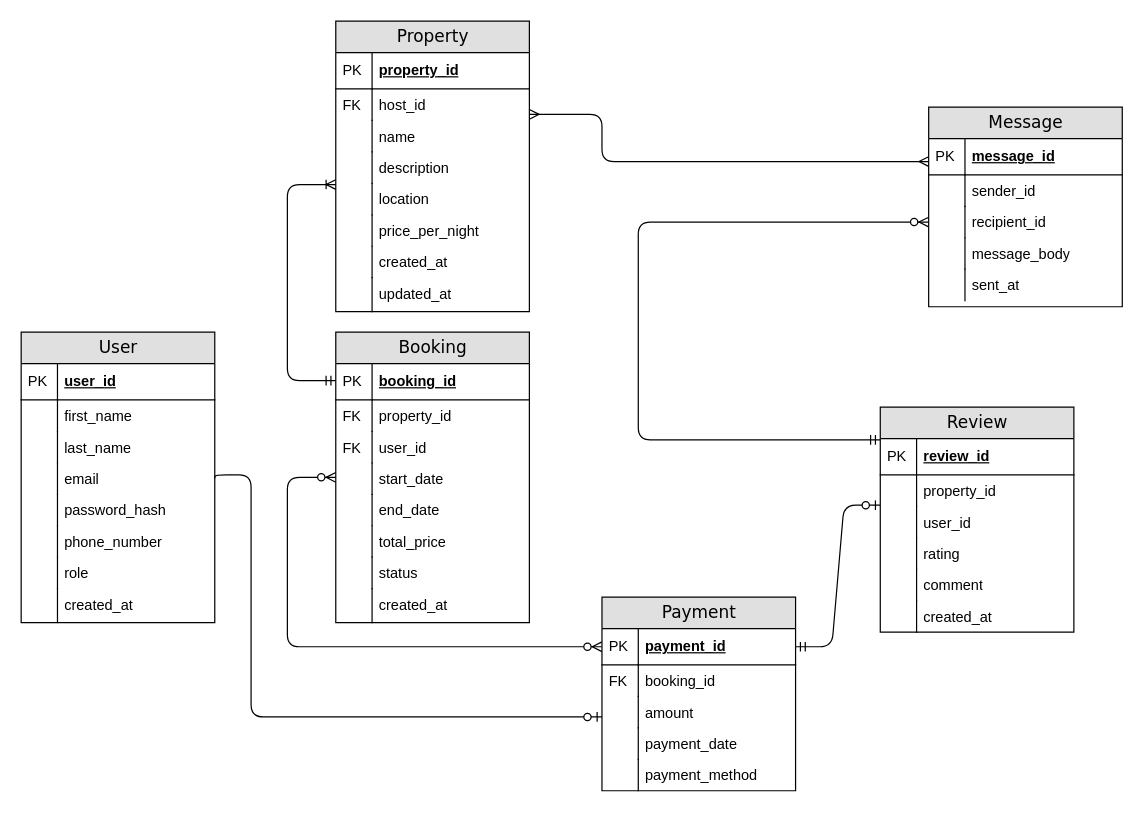
This is ERD/Untitled Diagram.drawio from DaviesBrown/alx-airbnb-database, a draw.io file, before an edit. Source tidied: cells renumbered, new cells numbered last; positions are measured from the earlier drawing's top-left corner, leaving out a move shared by most shapes. Both pictures are drawn from the tidied source at 121%, with x=0, y=0 at pixel (21, 21).
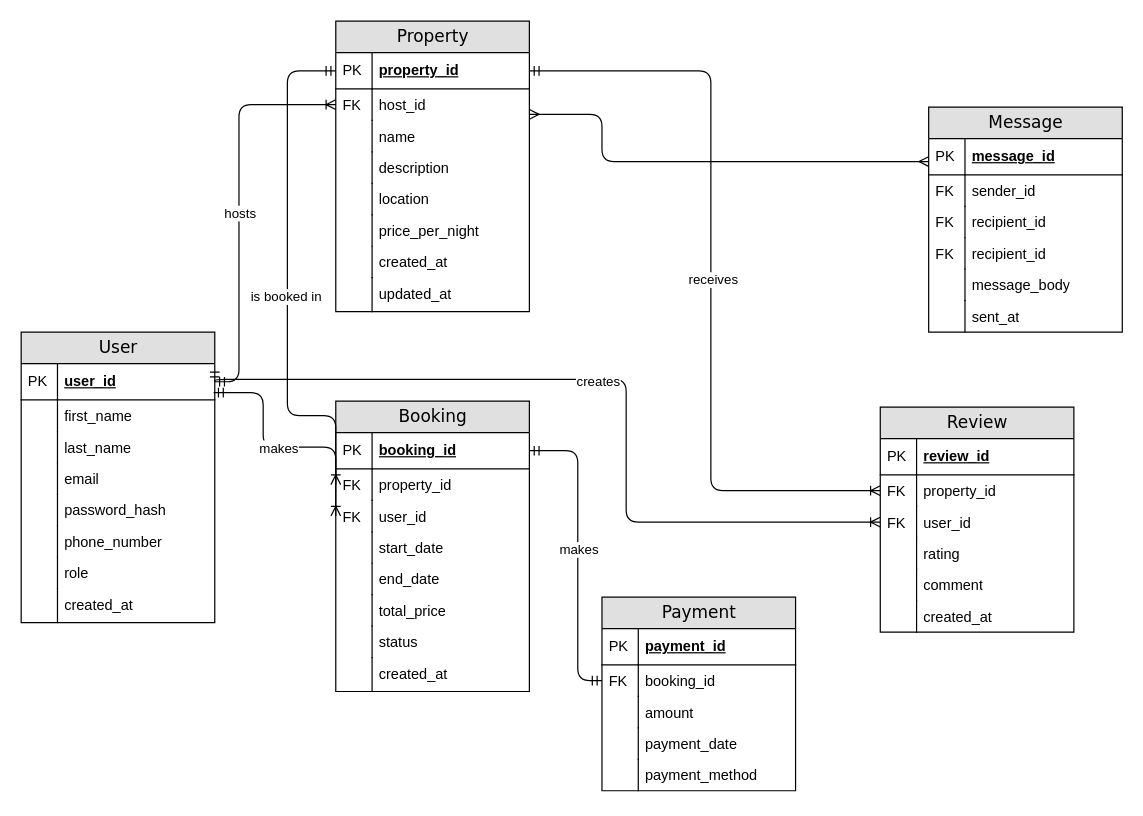
After the change.

The change refers to these unchanged cells:
```xml
<mxCell id="8" value="user_id" style="shape=partialRectangle;top=0;left=0;right=0;bottom=1;html=1;align=left;verticalAlign=middle;fillColor=none;spacingLeft=34;spacingRight=4;whiteSpace=wrap;overflow=hidden;points=[[0,0.5],[1,0.5]];portConstraint=eastwest;fontStyle=5;" parent="7" vertex="1">
  <mxGeometry y="26" width="160" height="30" as="geometry" />
</mxCell>
<mxCell id="14" value="email" style="shape=partialRectangle;top=0;left=0;right=0;bottom=0;html=1;align=left;verticalAlign=top;fillColor=none;spacingLeft=34;spacingRight=4;whiteSpace=wrap;overflow=hidden;points=[[0,0.5],[1,0.5]];portConstraint=eastwest;" parent="7" vertex="1">
  <mxGeometry y="108" width="160" height="26" as="geometry" />
</mxCell>
<mxCell id="26" value="property_id" style="shape=partialRectangle;top=0;left=0;right=0;bottom=1;html=1;align=left;verticalAlign=middle;fillColor=none;spacingLeft=34;spacingRight=4;whiteSpace=wrap;overflow=hidden;points=[[0,0.5],[1,0.5]];portConstraint=eastwest;fontStyle=5;" parent="25" vertex="1">
  <mxGeometry y="26" width="160" height="30" as="geometry" />
</mxCell>
<mxCell id="28" value="host_id" style="shape=partialRectangle;top=0;left=0;right=0;bottom=0;html=1;align=left;verticalAlign=top;fillColor=none;spacingLeft=34;spacingRight=4;whiteSpace=wrap;overflow=hidden;points=[[0,0.5],[1,0.5]];portConstraint=eastwest;" parent="25" vertex="1">
  <mxGeometry y="56" width="160" height="26" as="geometry" />
</mxCell>
<mxCell id="43" value="booking_id" style="shape=partialRectangle;top=0;left=0;right=0;bottom=1;html=1;align=left;verticalAlign=middle;fillColor=none;spacingLeft=34;spacingRight=4;whiteSpace=wrap;overflow=hidden;points=[[0,0.5],[1,0.5]];portConstraint=eastwest;fontStyle=5;" parent="42" vertex="1">
  <mxGeometry y="26" width="160" height="30" as="geometry" />
</mxCell>
<mxCell id="45" value="property_id" style="shape=partialRectangle;top=0;left=0;right=0;bottom=0;html=1;align=left;verticalAlign=top;fillColor=none;spacingLeft=34;spacingRight=4;whiteSpace=wrap;overflow=hidden;points=[[0,0.5],[1,0.5]];portConstraint=eastwest;" parent="42" vertex="1">
  <mxGeometry y="56" width="160" height="26" as="geometry" />
</mxCell>
<mxCell id="47" value="user_id" style="shape=partialRectangle;top=0;left=0;right=0;bottom=0;html=1;align=left;verticalAlign=top;fillColor=none;spacingLeft=34;spacingRight=4;whiteSpace=wrap;overflow=hidden;points=[[0,0.5],[1,0.5]];portConstraint=eastwest;" parent="42" vertex="1">
  <mxGeometry y="82" width="160" height="26" as="geometry" />
</mxCell>
<mxCell id="62" value="booking_id" style="shape=partialRectangle;top=0;left=0;right=0;bottom=0;html=1;align=left;verticalAlign=top;fillColor=none;spacingLeft=34;spacingRight=4;whiteSpace=wrap;overflow=hidden;points=[[0,0.5],[1,0.5]];portConstraint=eastwest;" parent="59" vertex="1">
  <mxGeometry y="56" width="160" height="26" as="geometry" />
</mxCell>
<mxCell id="73" value="property_id" style="shape=partialRectangle;top=0;left=0;right=0;bottom=0;html=1;align=left;verticalAlign=top;fillColor=none;spacingLeft=34;spacingRight=4;whiteSpace=wrap;overflow=hidden;points=[[0,0.5],[1,0.5]];portConstraint=eastwest;" parent="70" vertex="1">
  <mxGeometry y="56" width="160" height="26" as="geometry" />
</mxCell>
<mxCell id="75" value="user_id" style="shape=partialRectangle;top=0;left=0;right=0;bottom=0;html=1;align=left;verticalAlign=top;fillColor=none;spacingLeft=34;spacingRight=4;whiteSpace=wrap;overflow=hidden;points=[[0,0.5],[1,0.5]];portConstraint=eastwest;" parent="70" vertex="1">
  <mxGeometry y="82" width="160" height="26" as="geometry" />
</mxCell>
<mxCell id="86" value="sender_id" style="shape=partialRectangle;top=0;left=0;right=0;bottom=0;html=1;align=left;verticalAlign=top;fillColor=none;spacingLeft=34;spacingRight=4;whiteSpace=wrap;overflow=hidden;" parent="83" vertex="1">
  <mxGeometry y="56" width="160" height="26" as="geometry" />
</mxCell>
```

Diff of the diagram source:
```diff
@@
-    <mxCell id="2" style="edgeStyle=orthogonalEdgeStyle;html=1;endArrow=ERoneToMany;startArrow=ERmandOne;labelBackgroundColor=none;fontFamily=Verdana;fontSize=14;entryX=0;entryY=0.5;exitX=0;exitY=0.5;" parent="1" edge="1">
-      <mxGeometry relative="1" as="geometry">
-        <mxPoint x="260" y="297" as="sourcePoint" />
-        <mxPoint x="260" y="135" as="targetPoint" />
-        <Array as="points">
-          <mxPoint x="220" y="297" />
-          <mxPoint x="220" y="135" />
-        </Array>
-      </mxGeometry>
-    </mxCell>
-    <mxCell id="3" style="edgeStyle=orthogonalEdgeStyle;html=1;endArrow=ERzeroToMany;endFill=1;startArrow=ERzeroToMany;labelBackgroundColor=none;fontFamily=Verdana;fontSize=14;entryX=0;entryY=0.5;exitX=0;exitY=0.5;" parent="1" edge="1">
-      <mxGeometry relative="1" as="geometry">
-        <mxPoint x="480" y="517" as="sourcePoint" />
-        <mxPoint x="260" y="377" as="targetPoint" />
-        <Array as="points">
-          <mxPoint x="220" y="517" />
-          <mxPoint x="220" y="377" />
-        </Array>
-      </mxGeometry>
-    </mxCell>
@@
-    <mxCell id="5" style="edgeStyle=orthogonalEdgeStyle;html=1;endArrow=ERzeroToMany;startArrow=ERmandOne;labelBackgroundColor=none;fontFamily=Verdana;fontSize=14;exitX=0;exitY=0.5;" parent="1" edge="1">
+    <mxCell id="5" style="edgeStyle=orthogonalEdgeStyle;html=1;endArrow=ERmandOne;startArrow=ERoneToMany;labelBackgroundColor=none;fontFamily=Verdana;fontSize=14;exitX=0;exitY=0.5;exitDx=0;exitDy=0;entryX=1;entryY=0.5;entryDx=0;entryDy=0;" parent="1" edge="1" source="73" target="26">
       <mxGeometry relative="1" as="geometry">
-        <mxPoint x="710" y="346" as="sourcePoint" />
-        <mxPoint x="750" y="166" as="targetPoint" />
         <Array as="points">
-          <mxPoint x="510" y="346" />
-          <mxPoint x="510" y="166" />
+          <mxPoint x="570" y="388" />
+          <mxPoint x="570" y="41" />
         </Array>
       </mxGeometry>
     </mxCell>
-    <mxCell id="6" style="edgeStyle=entityRelationEdgeStyle;html=1;endArrow=ERzeroToOne;startArrow=ERmandOne;labelBackgroundColor=none;fontFamily=Verdana;fontSize=14;exitX=1;exitY=0.5;entryX=0;entryY=0.5;" parent="1" edge="1">
-      <mxGeometry relative="1" as="geometry">
-        <mxPoint x="640" y="517" as="sourcePoint" />
-        <mxPoint x="710" y="400" as="targetPoint" />
-      </mxGeometry>
-    </mxCell>
+    <mxCell id="94" value="receives" style="edgeLabel;html=1;align=center;verticalAlign=middle;" parent="5" vertex="1">
+      <mxGeometry x="-0.01" y="-1" relative="1" as="geometry" />
+    </mxCell>
@@
-    <mxCell id="24" style="edgeStyle=orthogonalEdgeStyle;html=1;endArrow=ERzeroToOne;endFill=1;labelBackgroundColor=none;fontFamily=Verdana;fontSize=14;entryX=0;entryY=0.5;exitX=1;exitY=0.5;" parent="1" edge="1" source="14">
-      <mxGeometry relative="1" as="geometry">
-        <mxPoint x="480" y="575" as="targetPoint" />
-        <Array as="points">
-          <mxPoint x="190" y="375" />
-          <mxPoint x="190" y="575" />
-        </Array>
-      </mxGeometry>
-    </mxCell>
@@
     <mxCell id="42" value="Booking" style="swimlane;html=1;fontStyle=0;horizontal=1;startSize=26;fillColor=#e0e0e0;swimlaneFillColor=#ffffff;align=center;rounded=0;shadow=0;comic=0;labelBackgroundColor=none;strokeWidth=1;fontFamily=Verdana;fontSize=14;" parent="1" vertex="1">
-      <mxGeometry x="260" y="257" width="160" height="240" as="geometry" />
+      <mxGeometry x="260" y="314" width="160" height="240" as="geometry" />
     </mxCell>
@@
-    <mxCell id="74" style="shape=partialRectangle;top=0;left=0;bottom=0;html=1;fillColor=none;align=left;verticalAlign=top;spacingLeft=4;spacingRight=4;whiteSpace=wrap;overflow=hidden;" parent="73" vertex="1">
+    <mxCell id="74" value="FK" style="shape=partialRectangle;top=0;left=0;bottom=0;html=1;fillColor=none;align=left;verticalAlign=top;spacingLeft=4;spacingRight=4;whiteSpace=wrap;overflow=hidden;" parent="73" vertex="1">
       <mxGeometry width="30" height="26" as="geometry" />
     </mxCell>
@@
-    <mxCell id="76" style="shape=partialRectangle;top=0;left=0;bottom=0;html=1;fillColor=none;align=left;verticalAlign=top;spacingLeft=4;spacingRight=4;whiteSpace=wrap;overflow=hidden;" parent="75" vertex="1">
+    <mxCell id="76" value="FK" style="shape=partialRectangle;top=0;left=0;bottom=0;html=1;fillColor=none;align=left;verticalAlign=top;spacingLeft=4;spacingRight=4;whiteSpace=wrap;overflow=hidden;" parent="75" vertex="1">
       <mxGeometry width="30" height="26" as="geometry" />
     </mxCell>
@@
     <mxCell id="83" value="Message" style="swimlane;html=1;fontStyle=0;horizontal=1;startSize=26;fillColor=#e0e0e0;swimlaneFillColor=#ffffff;align=center;rounded=0;shadow=0;comic=0;labelBackgroundColor=none;strokeWidth=1;fontFamily=Verdana;fontSize=14;" parent="1" vertex="1">
-      <mxGeometry x="750" y="71" width="160" height="165" as="geometry" />
+      <mxGeometry x="750" y="71" width="160" height="186" as="geometry" />
     </mxCell>
@@
-    <mxCell id="87" style="shape=partialRectangle;top=0;left=0;bottom=0;html=1;fillColor=none;align=left;verticalAlign=top;spacingLeft=4;spacingRight=4;whiteSpace=wrap;overflow=hidden;" parent="86" vertex="1">
+    <mxCell id="87" value="FK" style="shape=partialRectangle;top=0;left=0;bottom=0;html=1;fillColor=none;align=left;verticalAlign=top;spacingLeft=4;spacingRight=4;whiteSpace=wrap;overflow=hidden;" parent="86" vertex="1">
       <mxGeometry width="30" height="26" as="geometry" />
     </mxCell>
+    <mxCell id="95" value="recipient_id" style="shape=partialRectangle;top=0;left=0;right=0;bottom=0;html=1;align=left;verticalAlign=top;fillColor=none;spacingLeft=34;spacingRight=4;whiteSpace=wrap;overflow=hidden;" parent="83" vertex="1">
+      <mxGeometry y="82" width="160" height="26" as="geometry" />
+    </mxCell>
+    <mxCell id="96" value="FK" style="shape=partialRectangle;top=0;left=0;bottom=0;html=1;fillColor=none;align=left;verticalAlign=top;spacingLeft=4;spacingRight=4;whiteSpace=wrap;overflow=hidden;" parent="95" vertex="1">
+      <mxGeometry width="30" height="26" as="geometry" />
+    </mxCell>
     <mxCell id="88" value="recipient_id" style="shape=partialRectangle;top=0;left=0;right=0;bottom=0;html=1;align=left;verticalAlign=top;fillColor=none;spacingLeft=34;spacingRight=4;whiteSpace=wrap;overflow=hidden;" parent="83" vertex="1">
-      <mxGeometry y="82" width="160" height="26" as="geometry" />
+      <mxGeometry y="108" width="160" height="26" as="geometry" />
     </mxCell>
-    <mxCell id="89" style="shape=partialRectangle;top=0;left=0;bottom=0;html=1;fillColor=none;align=left;verticalAlign=top;spacingLeft=4;spacingRight=4;whiteSpace=wrap;overflow=hidden;" parent="88" vertex="1">
+    <mxCell id="89" value="FK" style="shape=partialRectangle;top=0;left=0;bottom=0;html=1;fillColor=none;align=left;verticalAlign=top;spacingLeft=4;spacingRight=4;whiteSpace=wrap;overflow=hidden;" parent="88" vertex="1">
       <mxGeometry width="30" height="26" as="geometry" />
     </mxCell>
     <mxCell id="90" value="message_body" style="shape=partialRectangle;top=0;left=0;right=0;bottom=0;html=1;align=left;verticalAlign=top;fillColor=none;spacingLeft=34;spacingRight=4;whiteSpace=wrap;overflow=hidden;" parent="83" vertex="1">
-      <mxGeometry y="108" width="160" height="26" as="geometry" />
+      <mxGeometry y="134" width="160" height="26" as="geometry" />
     </mxCell>
@@
     <mxCell id="92" value="sent_at" style="shape=partialRectangle;top=0;left=0;right=0;bottom=0;html=1;align=left;verticalAlign=top;fillColor=none;spacingLeft=34;spacingRight=4;whiteSpace=wrap;overflow=hidden;" parent="83" vertex="1">
-      <mxGeometry y="134" width="160" height="26" as="geometry" />
+      <mxGeometry y="160" width="160" height="26" as="geometry" />
     </mxCell>
@@
+    <mxCell id="97" style="edgeStyle=orthogonalEdgeStyle;html=1;endArrow=ERoneToMany;startArrow=ERmandOne;labelBackgroundColor=none;fontFamily=Verdana;fontSize=14;entryX=0;entryY=0.5;exitX=1;exitY=0.5;exitDx=0;exitDy=0;entryDx=0;entryDy=0;" parent="1" edge="1" source="8" target="28">
+      <mxGeometry relative="1" as="geometry">
+        <Array as="points">
+          <mxPoint x="180" y="298" />
+          <mxPoint x="180" y="69" />
+        </Array>
+      </mxGeometry>
+    </mxCell>
+    <mxCell id="98" value="hosts" style="edgeLabel;html=1;align=center;verticalAlign=middle;" parent="97" vertex="1">
+      <mxGeometry x="-0.03" relative="1" as="geometry" />
+    </mxCell>
+    <mxCell id="2" style="edgeStyle=orthogonalEdgeStyle;html=1;endArrow=ERoneToMany;startArrow=ERmandOne;labelBackgroundColor=none;fontFamily=Verdana;fontSize=14;exitX=0;exitY=0.5;exitDx=0;exitDy=0;entryX=0;entryY=0.5;entryDx=0;entryDy=0;" parent="1" edge="1" source="26" target="45">
+      <mxGeometry relative="1" as="geometry">
+        <Array as="points">
+          <mxPoint x="220" y="41" />
+          <mxPoint x="220" y="326" />
+        </Array>
+      </mxGeometry>
+    </mxCell>
+    <mxCell id="99" value="is booked in" style="edgeLabel;html=1;align=center;verticalAlign=middle;" parent="2" vertex="1">
+      <mxGeometry x="0.07" y="-2" relative="1" as="geometry" />
+    </mxCell>
+    <mxCell id="100" style="edgeStyle=orthogonalEdgeStyle;html=1;endArrow=ERoneToMany;startArrow=ERmandOne;labelBackgroundColor=none;fontFamily=Verdana;fontSize=14;entryX=0;entryY=0.5;exitX=0.994;exitY=0.8;exitDx=0;exitDy=0;entryDx=0;entryDy=0;exitPerimeter=0;" parent="1" edge="1" source="8" target="47">
+      <mxGeometry relative="1" as="geometry">
+        <Array as="points">
+          <mxPoint x="200" y="307" />
+          <mxPoint x="200" y="352" />
+        </Array>
+      </mxGeometry>
+    </mxCell>
+    <mxCell id="101" value="makes" style="edgeLabel;html=1;align=center;verticalAlign=middle;" parent="100" vertex="1">
+      <mxGeometry x="-0.03" relative="1" as="geometry" />
+    </mxCell>
+    <mxCell id="102" style="edgeStyle=orthogonalEdgeStyle;html=1;endArrow=ERmandOne;startArrow=ERmandOne;labelBackgroundColor=none;fontFamily=Verdana;fontSize=14;entryX=0;entryY=0.5;exitX=1;exitY=0.5;exitDx=0;exitDy=0;entryDx=0;entryDy=0;" parent="1" edge="1" source="43" target="62">
+      <mxGeometry relative="1" as="geometry">
+        <Array as="points">
+          <mxPoint x="460" y="355" />
+          <mxPoint x="460" y="545" />
+        </Array>
+      </mxGeometry>
+    </mxCell>
+    <mxCell id="103" value="makes" style="edgeLabel;html=1;align=center;verticalAlign=middle;" parent="102" vertex="1">
+      <mxGeometry x="-0.03" relative="1" as="geometry" />
+    </mxCell>
+    <mxCell id="104" style="edgeStyle=orthogonalEdgeStyle;html=1;endArrow=ERmandOne;startArrow=ERoneToMany;labelBackgroundColor=none;fontFamily=Verdana;fontSize=14;exitX=0;exitY=0.5;exitDx=0;exitDy=0;entryX=1;entryY=0.5;entryDx=0;entryDy=0;" parent="1" edge="1" source="75" target="8">
+      <mxGeometry relative="1" as="geometry">
+        <Array as="points">
+          <mxPoint x="500" y="414" />
+          <mxPoint x="500" y="296" />
+          <mxPoint x="160" y="296" />
+        </Array>
+      </mxGeometry>
+    </mxCell>
+    <mxCell id="105" value="creates" style="edgeLabel;html=1;align=center;verticalAlign=middle;" parent="104" vertex="1">
+      <mxGeometry x="0.05" y="1" relative="1" as="geometry" />
+    </mxCell>
```
